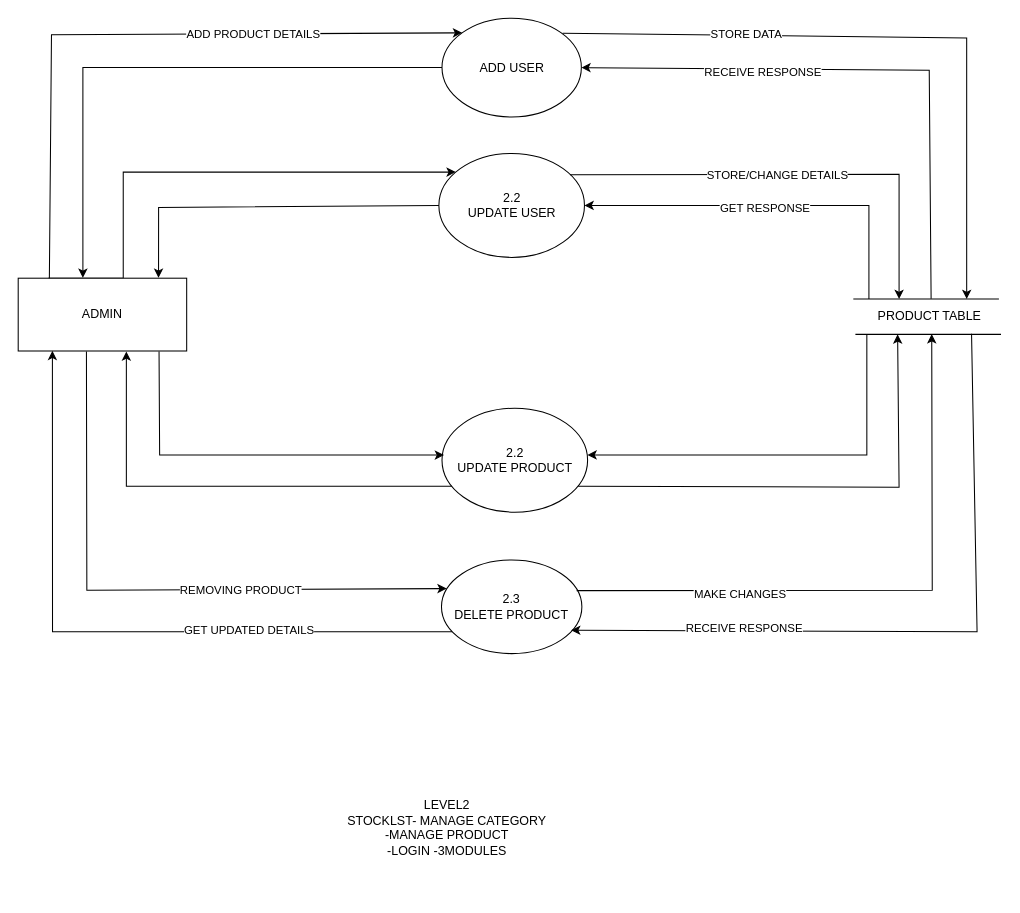
panchalbhavya2210/gift_documentation keeps this draw.io diagram as page "DFD-2 (CATEGORY)" (12 of 17) of _NewUsecase users (2).drawio. Above is the earlier version. Source tidied: cells renumbered, new cells numbered last; positions are measured from the earlier drawing's top-left corner, leaving out a move shared by most shapes. Both pictures are drawn from the tidied source at 104%, with x=0, y=0 at pixel (18, 18).
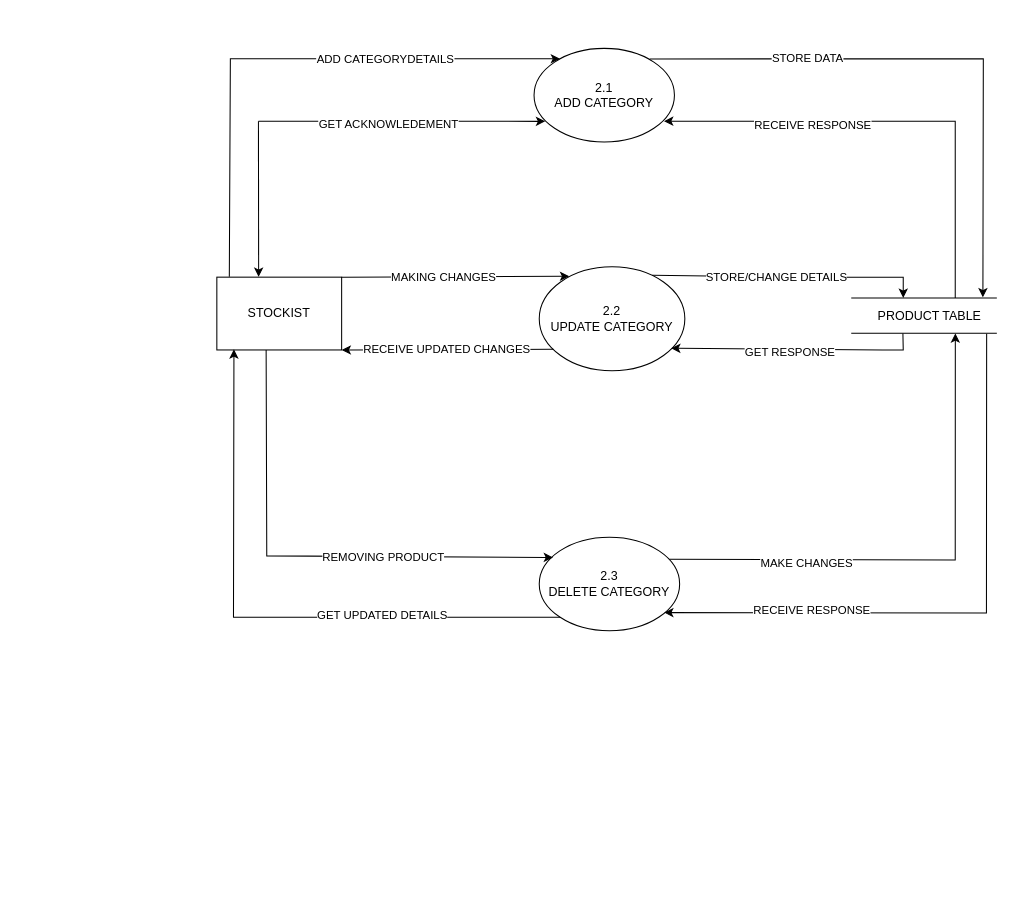
The same page after the edit.

The change refers to these unchanged cells:
```xml
<mxCell id="9" value="PRODUCT TABLE" style="text;html=1;align=center;verticalAlign=middle;points=[];strokeColor=none;fillColor=none;" parent="1" vertex="1">
  <mxGeometry x="816" y="272" width="120" height="30" as="geometry" />
</mxCell>
```

Diff of the diagram source:
```diff
@@
-    <mxCell id="2" style="edgeStyle=orthogonalEdgeStyle;rounded=0;jettySize=auto;html=1;entryX=0.384;entryY=-0.005;entryDx=0;entryDy=0;entryPerimeter=0;" parent="1" edge="1" source="3" target="5">
-      <mxGeometry relative="1" as="geometry" />
-    </mxCell>
-    <mxCell id="3" value="ADD USER" style="ellipse;whiteSpace=wrap;html=1;" parent="1" vertex="1">
-      <mxGeometry x="407.5" width="134" height="95" as="geometry" />
-    </mxCell>
-    <mxCell id="4" style="edgeStyle=orthogonalEdgeStyle;rounded=0;jettySize=auto;html=1;exitX=0.5;exitY=0;exitDx=0;exitDy=0;" parent="1" edge="1" target="6">
-      <mxGeometry relative="1" as="geometry">
-        <mxPoint x="29" y="250" as="sourcePoint" />
-        <Array as="points">
-          <mxPoint x="101" y="250" />
-          <mxPoint x="101" y="148" />
-        </Array>
-      </mxGeometry>
-    </mxCell>
-    <mxCell id="5" value="ADMIN" style="rounded=0;whiteSpace=wrap;html=1;" parent="1" vertex="1">
-      <mxGeometry y="250" width="162" height="70" as="geometry" />
-    </mxCell>
-    <mxCell id="6" value="2.2&lt;br&gt;UPDATE USER" style="ellipse;whiteSpace=wrap;html=1;" parent="1" vertex="1">
-      <mxGeometry x="404.5" y="130" width="140" height="100" as="geometry" />
-    </mxCell>
-    <mxCell id="7" style="endArrow=none;html=1;rounded=0;" parent="1" edge="1">
-      <mxGeometry relative="1" as="geometry">
-        <mxPoint x="803" y="270" as="sourcePoint" />
-        <mxPoint x="943" y="270" as="targetPoint" />
-        <Array as="points">
-          <mxPoint x="873" y="270" />
-        </Array>
-      </mxGeometry>
-    </mxCell>
-    <mxCell id="8" style="endArrow=none;html=1;rounded=0;" parent="1" edge="1">
-      <mxGeometry relative="1" as="geometry">
-        <mxPoint x="805" y="304" as="sourcePoint" />
-        <mxPoint x="945" y="304" as="targetPoint" />
-      </mxGeometry>
-    </mxCell>
+    <mxCell id="36" value="2.1&lt;br&gt;ADD CATEGORY" style="ellipse;whiteSpace=wrap;html=1;" parent="1" vertex="1">
+      <mxGeometry x="496" y="29" width="135" height="90" as="geometry" />
+    </mxCell>
+    <mxCell id="37" value="STOCKIST" style="rounded=0;whiteSpace=wrap;html=1;" parent="1" vertex="1">
+      <mxGeometry x="191" y="249" width="120" height="70" as="geometry" />
+    </mxCell>
+    <mxCell id="38" value="2.2&lt;br&gt;UPDATE CATEGORY" style="ellipse;whiteSpace=wrap;html=1;" parent="1" vertex="1">
+      <mxGeometry x="501" y="239" width="140" height="100" as="geometry" />
+    </mxCell>
+    <mxCell id="39" style="endArrow=none;html=1;rounded=0;" parent="1" edge="1">
+      <mxGeometry relative="1" as="geometry">
+        <mxPoint x="801" y="269" as="sourcePoint" />
+        <mxPoint x="941" y="269" as="targetPoint" />
+        <Array as="points">
+          <mxPoint x="871" y="269" />
+        </Array>
+      </mxGeometry>
+    </mxCell>
+    <mxCell id="40" style="endArrow=none;html=1;rounded=0;" parent="1" edge="1">
+      <mxGeometry relative="1" as="geometry">
+        <mxPoint x="801" y="303" as="sourcePoint" />
+        <mxPoint x="941" y="303" as="targetPoint" />
+      </mxGeometry>
+    </mxCell>
@@
-    <mxCell id="10" value="2.3&lt;br&gt;DELETE PRODUCT" style="ellipse;whiteSpace=wrap;html=1;" parent="1" vertex="1">
-      <mxGeometry x="407" y="521" width="135" height="90" as="geometry" />
-    </mxCell>
-    <mxCell id="11" style="endArrow=classic;html=1;rounded=0;exitX=0.865;exitY=0.152;exitDx=0;exitDy=0;exitPerimeter=0;" parent="1" edge="1" source="3">
-      <mxGeometry relative="1" as="geometry">
-        <mxPoint x="912" y="270" as="targetPoint" />
-        <Array as="points">
-          <mxPoint x="912" y="19" />
-        </Array>
-      </mxGeometry>
-    </mxCell>
+    <mxCell id="41" value="2.3&lt;br&gt;DELETE CATEGORY" style="ellipse;whiteSpace=wrap;html=1;" parent="1" vertex="1">
+      <mxGeometry x="501" y="499" width="135" height="90" as="geometry" />
+    </mxCell>
+    <mxCell id="42" style="endArrow=classic;html=1;rounded=0;entryX=0.93;entryY=-0.12;entryDx=0;entryDy=0;entryPerimeter=0;exitX=0.823;exitY=0.113;exitDx=0;exitDy=0;exitPerimeter=0;" parent="1" edge="1" source="36" target="9">
+      <mxGeometry relative="1" as="geometry">
+        <Array as="points">
+          <mxPoint x="928" y="39" />
+        </Array>
+      </mxGeometry>
+    </mxCell>
-    <mxCell id="12" value="STORE DATA" style="edgeLabel;html=1;align=center;verticalAlign=middle;" parent="11" vertex="1">
+    <mxCell id="12" value="STORE DATA" style="edgeLabel;html=1;align=center;verticalAlign=middle;" parent="42" vertex="1">
       <mxGeometry x="-0.45" y="1" relative="1" as="geometry" />
     </mxCell>
-    <mxCell id="13" style="endArrow=classic;html=1;rounded=0;entryX=1;entryY=0.5;entryDx=0;entryDy=0;exitX=0.515;exitY=-0.078;exitDx=0;exitDy=0;exitPerimeter=0;" parent="1" edge="1" source="9" target="3">
-      <mxGeometry relative="1" as="geometry">
-        <Array as="points">
-          <mxPoint x="876" y="50" />
-        </Array>
-      </mxGeometry>
-    </mxCell>
-    <mxCell id="14" value="RECEIVE RESPONSE" style="edgeLabel;html=1;align=center;verticalAlign=middle;" parent="13" vertex="1">
-      <mxGeometry x="0.37" y="3" relative="1" as="geometry" />
-    </mxCell>
-    <mxCell id="15" style="endArrow=classic;html=1;rounded=0;exitX=0.185;exitY=0.002;exitDx=0;exitDy=0;entryX=0;entryY=0;entryDx=0;entryDy=0;exitPerimeter=0;" parent="1" edge="1" source="5" target="3">
-      <mxGeometry relative="1" as="geometry">
-        <Array as="points">
-          <mxPoint x="32" y="16" />
-        </Array>
-      </mxGeometry>
-    </mxCell>
-    <mxCell id="16" value="ADD PRODUCT DETAILS" style="edgeLabel;html=1;align=center;verticalAlign=middle;" parent="15" vertex="1">
-      <mxGeometry x="0.36" relative="1" as="geometry" />
-    </mxCell>
-    <mxCell id="17" style="endArrow=classic;html=1;rounded=0;entryX=0.833;entryY=-0.005;entryDx=0;entryDy=0;entryPerimeter=0;exitX=0;exitY=0.5;exitDx=0;exitDy=0;" parent="1" edge="1" source="6" target="5">
-      <mxGeometry relative="1" as="geometry">
-        <Array as="points">
-          <mxPoint x="135" y="182" />
-        </Array>
-      </mxGeometry>
-    </mxCell>
-    <mxCell id="18" style="endArrow=classic;html=1;rounded=0;exitX=0.9;exitY=0.205;exitDx=0;exitDy=0;exitPerimeter=0;" parent="1" edge="1" source="6">
-      <mxGeometry relative="1" as="geometry">
-        <mxPoint x="847" y="270" as="targetPoint" />
-        <Array as="points">
-          <mxPoint x="847" y="150" />
-        </Array>
-      </mxGeometry>
-    </mxCell>
+    <mxCell id="43" style="endArrow=classic;html=1;rounded=0;" parent="1" edge="1">
+      <mxGeometry relative="1" as="geometry">
+        <mxPoint x="901" y="269" as="sourcePoint" />
+        <mxPoint x="621" y="99" as="targetPoint" />
+        <Array as="points">
+          <mxPoint x="901" y="99" />
+        </Array>
+      </mxGeometry>
+    </mxCell>
+    <mxCell id="44" value="RECEIVE RESPONSE" style="edgeLabel;html=1;align=center;verticalAlign=middle;" parent="43" vertex="1">
+      <mxGeometry x="0.37" y="3" relative="1" as="geometry" />
+    </mxCell>
+    <mxCell id="45" style="endArrow=classic;html=1;rounded=0;exitX=0.1;exitY=-0.007;exitDx=0;exitDy=0;exitPerimeter=0;" parent="1" edge="1" source="37">
+      <mxGeometry relative="1" as="geometry">
+        <mxPoint x="521" y="39" as="targetPoint" />
+        <Array as="points">
+          <mxPoint x="204" y="39" />
+        </Array>
+      </mxGeometry>
+    </mxCell>
+    <mxCell id="46" value="ADD CATEGORYDETAILS" style="edgeLabel;html=1;align=center;verticalAlign=middle;" parent="45" vertex="1">
+      <mxGeometry x="0.36" relative="1" as="geometry" />
+    </mxCell>
+    <mxCell id="47" style="endArrow=classic;html=1;rounded=0;entryX=0.079;entryY=0.78;entryDx=0;entryDy=0;entryPerimeter=0;" parent="1" edge="1" target="36">
+      <mxGeometry relative="1" as="geometry">
+        <mxPoint x="231" y="99" as="sourcePoint" />
+      </mxGeometry>
+    </mxCell>
+    <mxCell id="48" value="GET ACKNOWLEDEMENT" style="edgeLabel;html=1;align=center;verticalAlign=middle;" parent="47" vertex="1">
+      <mxGeometry x="-0.09" y="-2" relative="1" as="geometry" />
+    </mxCell>
+    <mxCell id="49" style="endArrow=classic;html=1;rounded=0;entryX=0.335;entryY=-0.004;entryDx=0;entryDy=0;entryPerimeter=0;" parent="1" edge="1" target="37">
+      <mxGeometry relative="1" as="geometry">
+        <mxPoint x="231" y="99" as="sourcePoint" />
+      </mxGeometry>
+    </mxCell>
+    <mxCell id="50" style="endArrow=classic;html=1;rounded=0;exitX=1;exitY=0;exitDx=0;exitDy=0;entryX=0.206;entryY=0.091;entryDx=0;entryDy=0;entryPerimeter=0;" parent="1" edge="1" source="37" target="38">
+      <mxGeometry relative="1" as="geometry" />
+    </mxCell>
+    <mxCell id="51" value="MAKING CHANGES" style="edgeLabel;html=1;align=center;verticalAlign=middle;" parent="50" vertex="1">
+      <mxGeometry x="-0.1" relative="1" as="geometry" />
+    </mxCell>
+    <mxCell id="52" style="endArrow=classic;html=1;rounded=0;entryX=1;entryY=1;entryDx=0;entryDy=0;exitX=0.097;exitY=0.794;exitDx=0;exitDy=0;exitPerimeter=0;" parent="1" edge="1" source="38" target="37">
+      <mxGeometry relative="1" as="geometry" />
+    </mxCell>
+    <mxCell id="53" value="RECEIVE UPDATED CHANGES" style="edgeLabel;html=1;align=center;verticalAlign=middle;" parent="52" vertex="1">
+      <mxGeometry x="0.01" y="-1" relative="1" as="geometry" />
+    </mxCell>
+    <mxCell id="54" style="endArrow=classic;html=1;rounded=0;exitX=0.776;exitY=0.081;exitDx=0;exitDy=0;exitPerimeter=0;" parent="1" edge="1" source="38">
+      <mxGeometry relative="1" as="geometry">
+        <mxPoint x="851" y="269" as="targetPoint" />
+        <Array as="points">
+          <mxPoint x="751" y="249" />
+          <mxPoint x="851" y="249" />
+        </Array>
+      </mxGeometry>
+    </mxCell>
-    <mxCell id="19" value="STORE/CHANGE DETAILS" style="edgeLabel;html=1;align=center;verticalAlign=middle;" parent="18" vertex="1">
+    <mxCell id="19" value="STORE/CHANGE DETAILS" style="edgeLabel;html=1;align=center;verticalAlign=middle;" parent="54" vertex="1">
       <mxGeometry x="-0.09" relative="1" as="geometry" />
     </mxCell>
-    <mxCell id="20" style="endArrow=classic;html=1;rounded=0;entryX=1;entryY=0.5;entryDx=0;entryDy=0;" parent="1" edge="1" target="6">
-      <mxGeometry relative="1" as="geometry">
-        <mxPoint x="818" y="270" as="sourcePoint" />
-        <Array as="points">
-          <mxPoint x="818" y="180" />
-          <mxPoint x="732" y="180" />
-        </Array>
-      </mxGeometry>
-    </mxCell>
+    <mxCell id="55" style="endArrow=classic;html=1;rounded=0;exitX=0.289;exitY=1.04;exitDx=0;exitDy=0;exitPerimeter=0;entryX=0.906;entryY=0.784;entryDx=0;entryDy=0;entryPerimeter=0;" parent="1" edge="1" source="9" target="38">
+      <mxGeometry relative="1" as="geometry">
+        <Array as="points">
+          <mxPoint x="851" y="319" />
+          <mxPoint x="831" y="319" />
+        </Array>
+      </mxGeometry>
+    </mxCell>
-    <mxCell id="21" value="GET RESPONSE" style="edgeLabel;html=1;align=center;verticalAlign=middle;" parent="20" vertex="1">
+    <mxCell id="21" value="GET RESPONSE" style="edgeLabel;html=1;align=center;verticalAlign=middle;" parent="55" vertex="1">
       <mxGeometry x="0.05" y="2" relative="1" as="geometry" />
     </mxCell>
-    <mxCell id="22" style="endArrow=classic;html=1;rounded=0;exitX=0.075;exitY=0.767;exitDx=0;exitDy=0;exitPerimeter=0;entryX=0.203;entryY=0.997;entryDx=0;entryDy=0;entryPerimeter=0;" parent="1" edge="1" source="10" target="5">
-      <mxGeometry relative="1" as="geometry">
-        <Array as="points">
-          <mxPoint x="33" y="590" />
-        </Array>
-      </mxGeometry>
-    </mxCell>
+    <mxCell id="56" style="endArrow=classic;html=1;rounded=0;entryX=0.137;entryY=0.991;entryDx=0;entryDy=0;exitX=0;exitY=1;exitDx=0;exitDy=0;entryPerimeter=0;" parent="1" edge="1" source="41" target="37">
+      <mxGeometry relative="1" as="geometry">
+        <Array as="points">
+          <mxPoint x="207" y="576" />
+        </Array>
+      </mxGeometry>
+    </mxCell>
-    <mxCell id="23" value="GET UPDATED DETAILS" style="edgeLabel;html=1;align=center;verticalAlign=middle;" parent="22" vertex="1">
+    <mxCell id="23" value="GET UPDATED DETAILS" style="edgeLabel;html=1;align=center;verticalAlign=middle;" parent="56" vertex="1">
       <mxGeometry x="-0.4" y="-2" relative="1" as="geometry" />
     </mxCell>
-    <mxCell id="24" style="endArrow=classic;html=1;rounded=0;entryX=0.037;entryY=0.305;entryDx=0;entryDy=0;entryPerimeter=0;exitX=0.405;exitY=1.007;exitDx=0;exitDy=0;exitPerimeter=0;" parent="1" edge="1" source="5" target="10">
-      <mxGeometry relative="1" as="geometry">
-        <Array as="points">
-          <mxPoint x="66" y="550" />
-        </Array>
-      </mxGeometry>
-    </mxCell>
+    <mxCell id="57" style="endArrow=classic;html=1;rounded=0;entryX=0.098;entryY=0.217;entryDx=0;entryDy=0;entryPerimeter=0;exitX=0.395;exitY=0.999;exitDx=0;exitDy=0;exitPerimeter=0;" parent="1" edge="1" source="37" target="41">
+      <mxGeometry relative="1" as="geometry">
+        <Array as="points">
+          <mxPoint x="239" y="517" />
+        </Array>
+      </mxGeometry>
+    </mxCell>
-    <mxCell id="25" value="REMOVING PRODUCT" style="edgeLabel;html=1;align=center;verticalAlign=middle;" parent="24" vertex="1">
+    <mxCell id="25" value="REMOVING PRODUCT" style="edgeLabel;html=1;align=center;verticalAlign=middle;" parent="57" vertex="1">
       <mxGeometry x="0.31" relative="1" as="geometry" />
     </mxCell>
-    <mxCell id="26" style="endArrow=classic;html=1;rounded=0;exitX=0.956;exitY=0.271;exitDx=0;exitDy=0;exitPerimeter=0;entryX=0.52;entryY=1.059;entryDx=0;entryDy=0;entryPerimeter=0;" parent="1" edge="1" target="9">
-      <mxGeometry relative="1" as="geometry">
-        <mxPoint x="537" y="550.4" as="sourcePoint" />
-        <Array as="points">
-          <mxPoint x="878.9" y="550" />
-        </Array>
-      </mxGeometry>
-    </mxCell>
+    <mxCell id="58" style="endArrow=classic;html=1;rounded=0;exitX=0.927;exitY=0.236;exitDx=0;exitDy=0;exitPerimeter=0;entryX=0.709;entryY=1.037;entryDx=0;entryDy=0;entryPerimeter=0;" parent="1" edge="1" source="41" target="9">
+      <mxGeometry relative="1" as="geometry">
+        <Array as="points">
+          <mxPoint x="901" y="521" />
+        </Array>
+      </mxGeometry>
+    </mxCell>
-    <mxCell id="27" value="MAKE CHANGES" style="edgeLabel;html=1;align=center;verticalAlign=middle;" parent="26" vertex="1">
+    <mxCell id="27" value="MAKE CHANGES" style="edgeLabel;html=1;align=center;verticalAlign=middle;" parent="58" vertex="1">
       <mxGeometry x="-0.47" y="-3" relative="1" as="geometry" />
     </mxCell>
-    <mxCell id="28" style="endArrow=classic;html=1;rounded=0;entryX=0.923;entryY=0.749;entryDx=0;entryDy=0;entryPerimeter=0;exitX=0.839;exitY=1.048;exitDx=0;exitDy=0;exitPerimeter=0;" parent="1" edge="1" source="9" target="10">
-      <mxGeometry relative="1" as="geometry">
-        <Array as="points">
-          <mxPoint x="922" y="590" />
-        </Array>
-      </mxGeometry>
-    </mxCell>
-    <mxCell id="29" value="RECEIVE RESPONSE" style="edgeLabel;html=1;align=center;verticalAlign=middle;" parent="28" vertex="1">
-      <mxGeometry x="0.51" y="-3" relative="1" as="geometry" />
-    </mxCell>
-    <mxCell id="30" value="2.2&lt;br&gt;UPDATE PRODUCT" style="ellipse;whiteSpace=wrap;html=1;" parent="1" vertex="1">
-      <mxGeometry x="407.5" y="375" width="140" height="100" as="geometry" />
-    </mxCell>
-    <mxCell id="31" style="endArrow=classic;html=1;rounded=0;entryX=0.999;entryY=0.449;entryDx=0;entryDy=0;entryPerimeter=0;" parent="1" edge="1" target="30">
-      <mxGeometry relative="1" as="geometry">
-        <mxPoint x="816" y="304" as="sourcePoint" />
-        <Array as="points">
-          <mxPoint x="816" y="420" />
-        </Array>
-      </mxGeometry>
-    </mxCell>
-    <mxCell id="32" style="endArrow=classic;html=1;rounded=0;entryX=0.222;entryY=0.933;entryDx=0;entryDy=0;entryPerimeter=0;exitX=0.935;exitY=0.751;exitDx=0;exitDy=0;exitPerimeter=0;" parent="1" edge="1" source="30">
-      <mxGeometry relative="1" as="geometry">
-        <mxPoint x="845.6" y="304" as="targetPoint" />
-        <Array as="points">
-          <mxPoint x="847" y="451" />
-        </Array>
-      </mxGeometry>
-    </mxCell>
-    <mxCell id="33" style="endArrow=classic;html=1;rounded=0;entryX=0.642;entryY=1.007;entryDx=0;entryDy=0;entryPerimeter=0;exitX=0.067;exitY=0.75;exitDx=0;exitDy=0;exitPerimeter=0;" parent="1" edge="1" source="30" target="5">
-      <mxGeometry relative="1" as="geometry">
-        <Array as="points">
-          <mxPoint x="104" y="450" />
-        </Array>
-      </mxGeometry>
-    </mxCell>
-    <mxCell id="34" style="endArrow=classic;html=1;rounded=0;entryX=0.014;entryY=0.451;entryDx=0;entryDy=0;entryPerimeter=0;exitX=0.836;exitY=1.008;exitDx=0;exitDy=0;exitPerimeter=0;" parent="1" edge="1" source="5" target="30">
-      <mxGeometry relative="1" as="geometry">
-        <Array as="points">
-          <mxPoint x="136" y="420" />
-        </Array>
-      </mxGeometry>
-    </mxCell>
-    <mxCell id="35" value="LEVEL2&lt;br&gt;STOCKLST- MANAGE CATEGORY&lt;br&gt;-MANAGE PRODUCT&lt;br&gt;-LOGIN -3MODULES&lt;br&gt;&lt;br&gt;&amp;nbsp;&amp;nbsp;" style="text;html=1;align=center;verticalAlign=middle;strokeColor=none;fillColor=none;" parent="1" vertex="1">
-      <mxGeometry x="307" y="743" width="210" height="100" as="geometry" />
-    </mxCell>
+    <mxCell id="59" style="endArrow=classic;html=1;rounded=0;entryX=0.89;entryY=0.806;entryDx=0;entryDy=0;entryPerimeter=0;exitX=0.96;exitY=1.05;exitDx=0;exitDy=0;exitPerimeter=0;" parent="1" edge="1" source="9" target="41">
+      <mxGeometry relative="1" as="geometry">
+        <Array as="points">
+          <mxPoint x="931" y="572" />
+        </Array>
+      </mxGeometry>
+    </mxCell>
+    <mxCell id="60" value="RECEIVE RESPONSE" style="edgeLabel;html=1;align=center;verticalAlign=middle;" parent="59" vertex="1">
+      <mxGeometry x="0.51" y="-3" relative="1" as="geometry" />
+    </mxCell>
```
